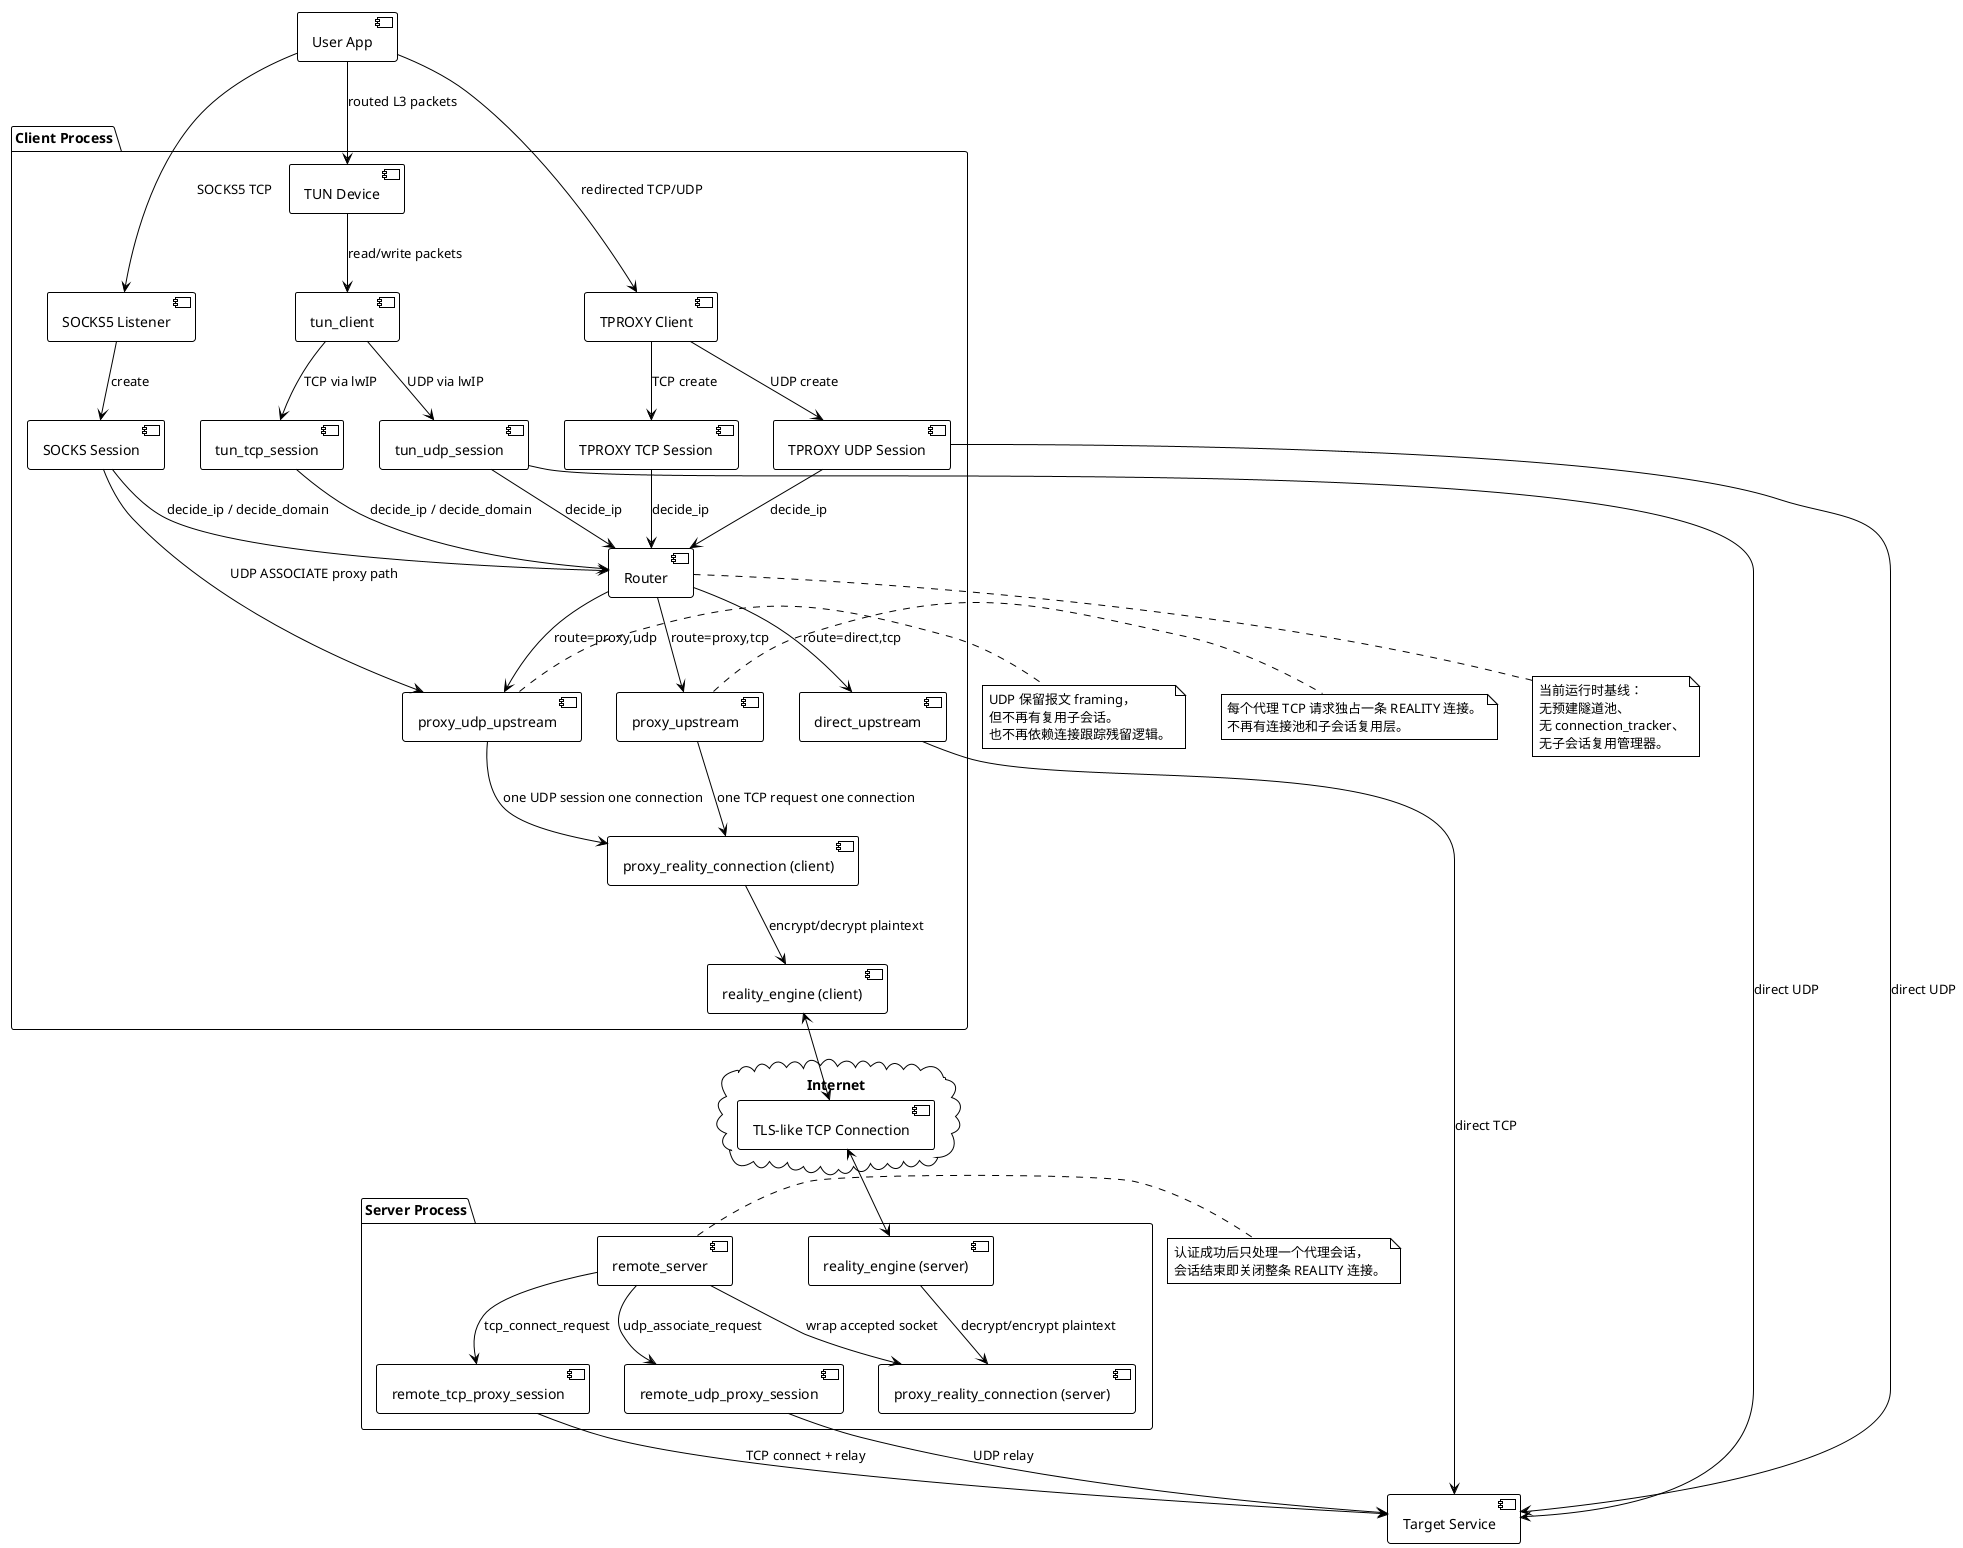
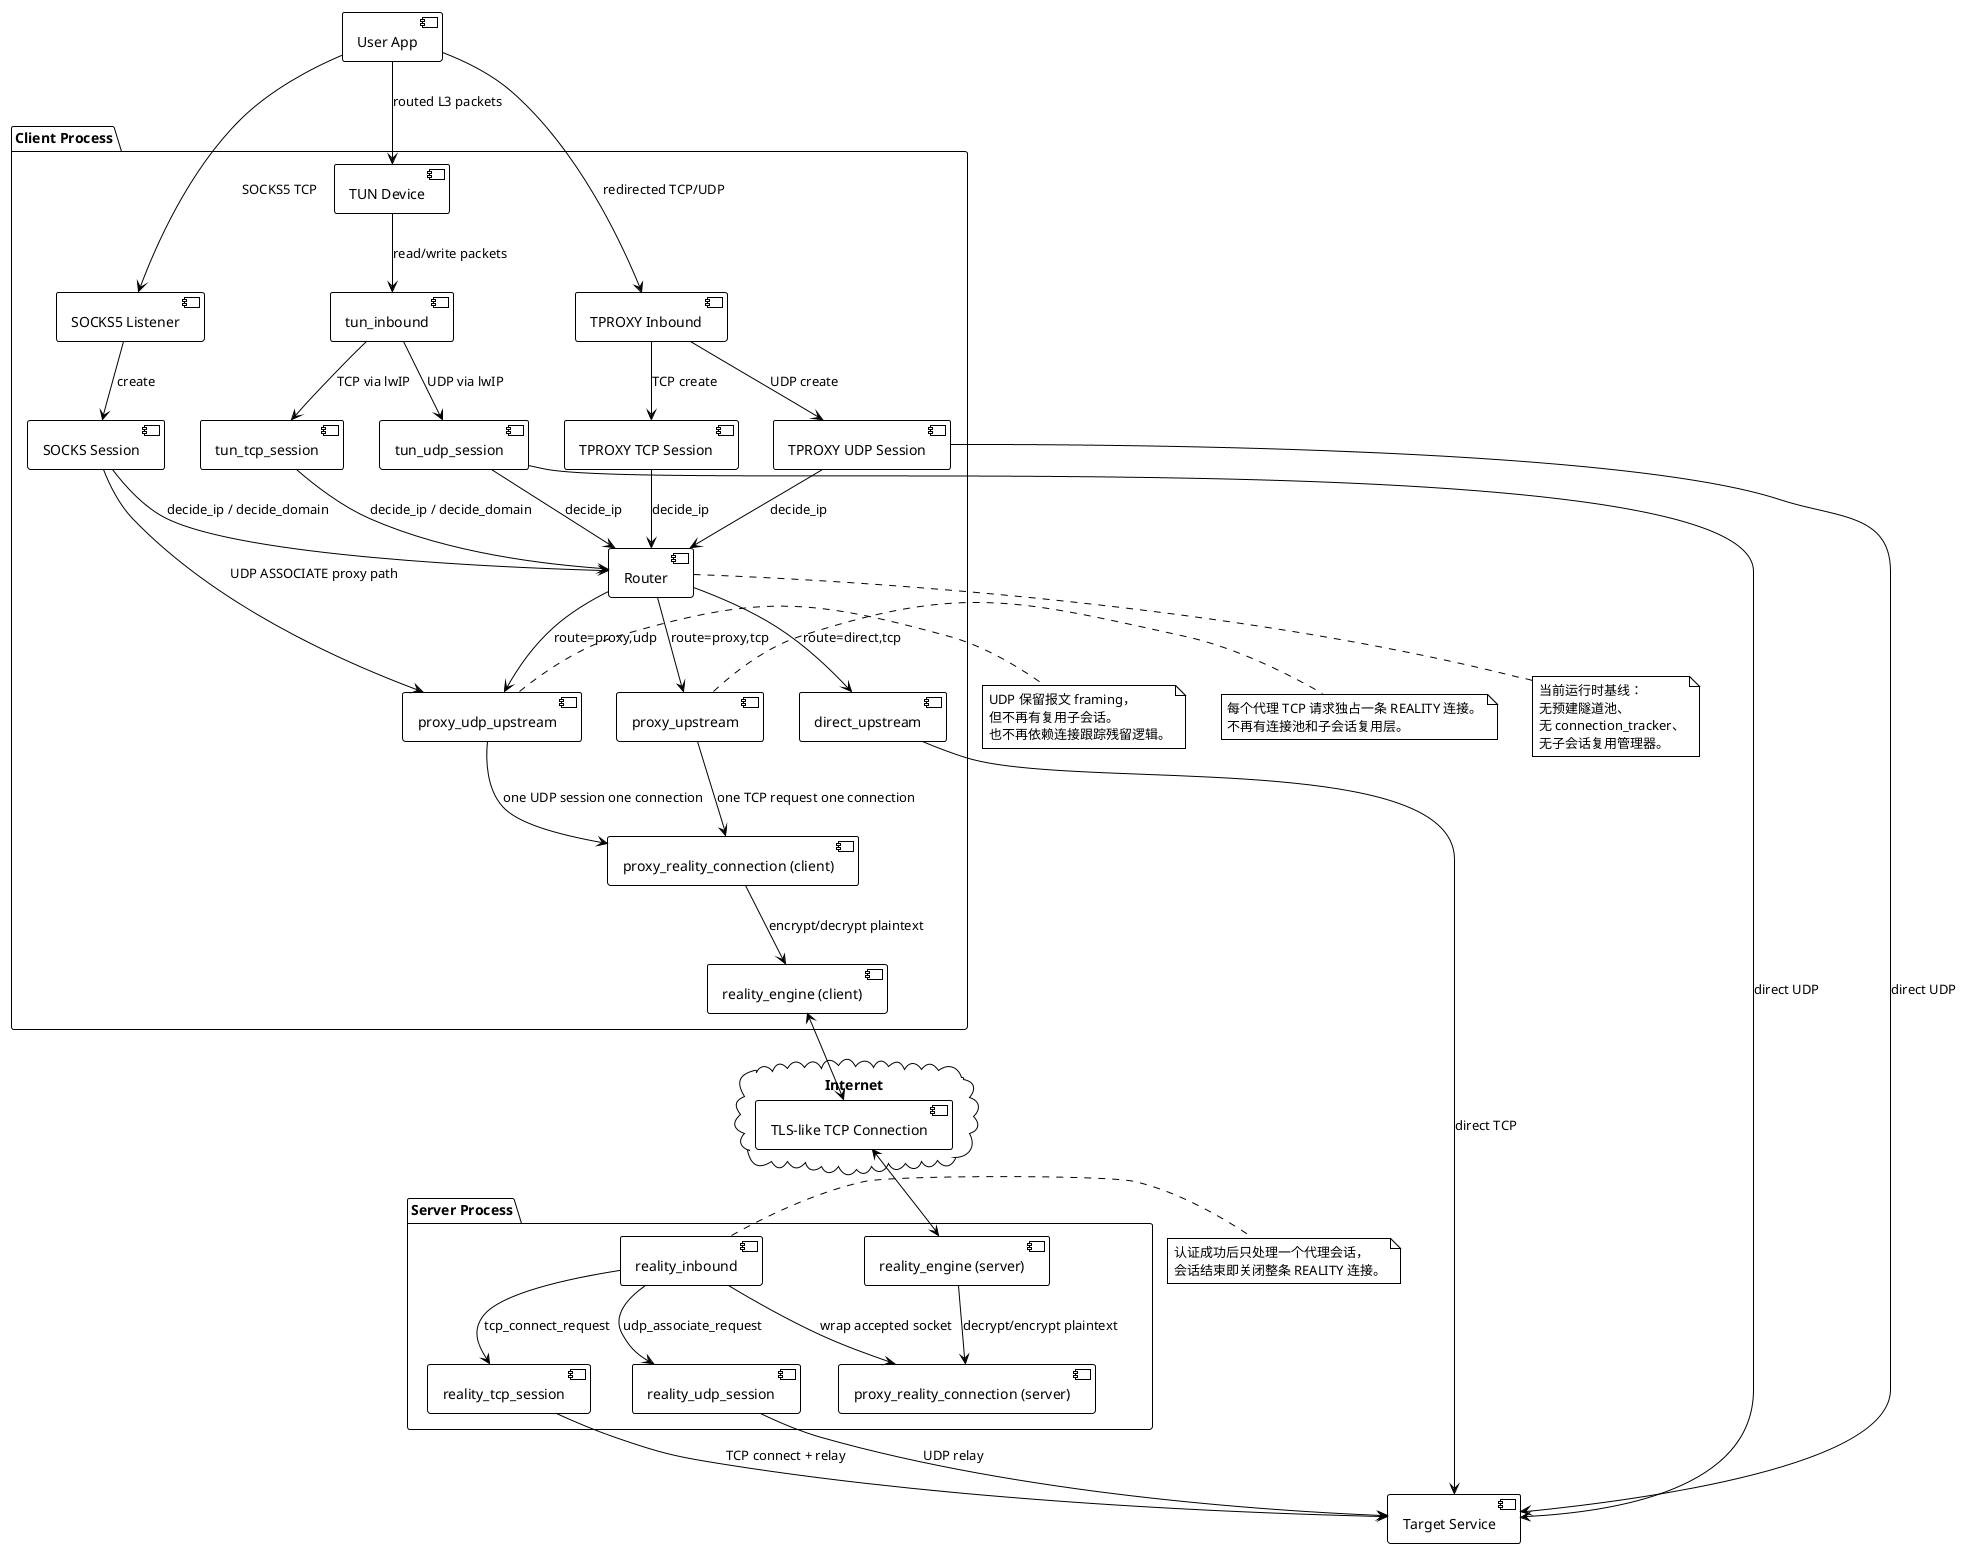
@startuml
!theme plain
skinparam componentStyle uml2

package "Client Process" {
    [SOCKS5 Listener] as SocksListener
    [SOCKS Session] as SocksSession
-     [TPROXY Client] as TproxyClient
+     [TPROXY Inbound] as TproxyInbound
    [TPROXY TCP Session] as TproxyTcpSession
    [TPROXY UDP Session] as TproxyUdpSession
    [TUN Device] as TunDevice
-     [tun_client] as TunClient
+     [tun_inbound] as TunInbound
    [tun_tcp_session] as TunTcpSession
    [tun_udp_session] as TunUdpSession

    [Router] as Router
    [direct_upstream] as DirectUpstream
    [proxy_upstream] as ProxyUpstream
    [proxy_udp_upstream] as ProxyUdpUpstream

    [proxy_reality_connection (client)] as ClientConn
    [reality_engine (client)] as ClientReality
}

cloud "Internet" {
    [TLS-like TCP Connection] as Network
}

package "Server Process" {
-     [remote_server] as RemoteServer
+     [reality_inbound] as RealityInbound
    [proxy_reality_connection (server)] as ServerConn
    [reality_engine (server)] as ServerReality
-     [remote_tcp_proxy_session] as RemoteTcp
-     [remote_udp_proxy_session] as RemoteUdp
+     [reality_tcp_session] as RealityTcp
+     [reality_udp_session] as RealityUdp
}

[User App] as App
[Target Service] as Target

App --> SocksListener : SOCKS5 TCP
SocksListener --> SocksSession : create

- App --> TproxyClient : redirected TCP/UDP
- TproxyClient --> TproxyTcpSession : TCP create
- TproxyClient --> TproxyUdpSession : UDP create
+ App --> TproxyInbound : redirected TCP/UDP
+ TproxyInbound --> TproxyTcpSession : TCP create
+ TproxyInbound --> TproxyUdpSession : UDP create

App --> TunDevice : routed L3 packets
- TunDevice --> TunClient : read/write packets
- TunClient --> TunTcpSession : TCP via lwIP
- TunClient --> TunUdpSession : UDP via lwIP
+ TunDevice --> TunInbound : read/write packets
+ TunInbound --> TunTcpSession : TCP via lwIP
+ TunInbound --> TunUdpSession : UDP via lwIP

SocksSession --> Router : decide_ip / decide_domain
TproxyTcpSession --> Router : decide_ip
TproxyUdpSession --> Router : decide_ip
TunTcpSession --> Router : decide_ip / decide_domain
TunUdpSession --> Router : decide_ip

Router --> DirectUpstream : route=direct,tcp
Router --> ProxyUpstream : route=proxy,tcp
Router --> ProxyUdpUpstream : route=proxy,udp

DirectUpstream --> Target : direct TCP
SocksSession --> ProxyUdpUpstream : UDP ASSOCIATE proxy path
TproxyUdpSession --> Target : direct UDP
TunUdpSession --> Target : direct UDP

ProxyUpstream --> ClientConn : one TCP request one connection
ProxyUdpUpstream --> ClientConn : one UDP session one connection
ClientConn --> ClientReality : encrypt/decrypt plaintext
ClientReality <--> Network
Network <--> ServerReality
ServerReality --> ServerConn : decrypt/encrypt plaintext

- RemoteServer --> ServerConn : wrap accepted socket
- RemoteServer --> RemoteTcp : tcp_connect_request
- RemoteServer --> RemoteUdp : udp_associate_request
- RemoteTcp --> Target : TCP connect + relay
- RemoteUdp --> Target : UDP relay
+ RealityInbound --> ServerConn : wrap accepted socket
+ RealityInbound --> RealityTcp : tcp_connect_request
+ RealityInbound --> RealityUdp : udp_associate_request
+ RealityTcp --> Target : TCP connect + relay
+ RealityUdp --> Target : UDP relay

note right of ProxyUpstream
  每个代理 TCP 请求独占一条 REALITY 连接。
  不再有连接池和子会话复用层。
end note

note right of ProxyUdpUpstream
  UDP 保留报文 framing，
  但不再有复用子会话。
  也不再依赖连接跟踪残留逻辑。
end note

- note right of RemoteServer
+ note right of RealityInbound
  认证成功后只处理一个代理会话，
  会话结束即关闭整条 REALITY 连接。
end note

note bottom of Router
  当前运行时基线：
  无预建隧道池、
  无 connection_tracker、
  无子会话复用管理器。
end note

@enduml
